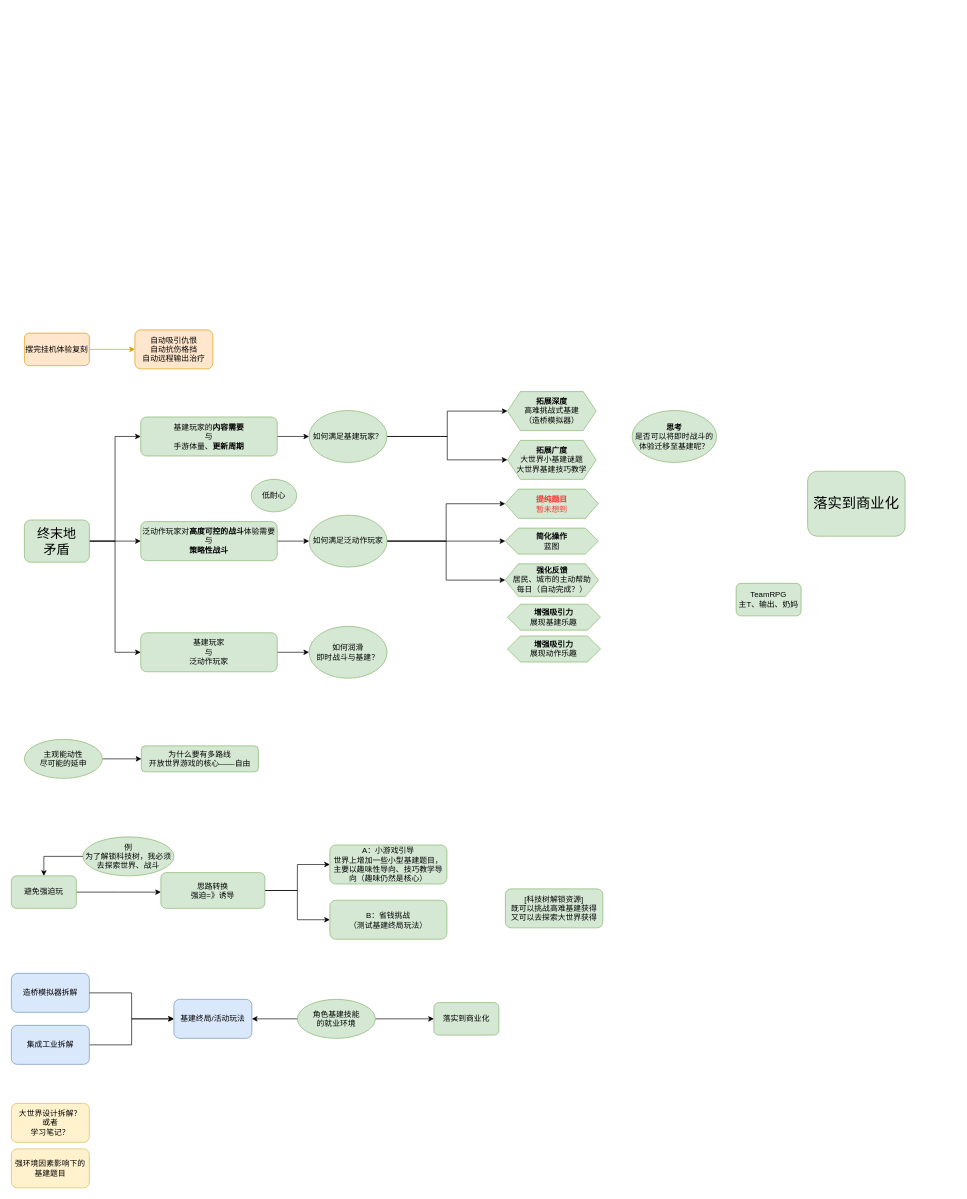
Earlier version of the draw.io diagram 方舟案子思考.drawio (Monokero/draw.io). Source tidied: cells renumbered, new cells numbered last; positions are measured from the earlier drawing's top-left corner, leaving out a move shared by most shapes. Both pictures are drawn from the tidied source at 65%, with x=0, y=0 at pixel (11, 330).
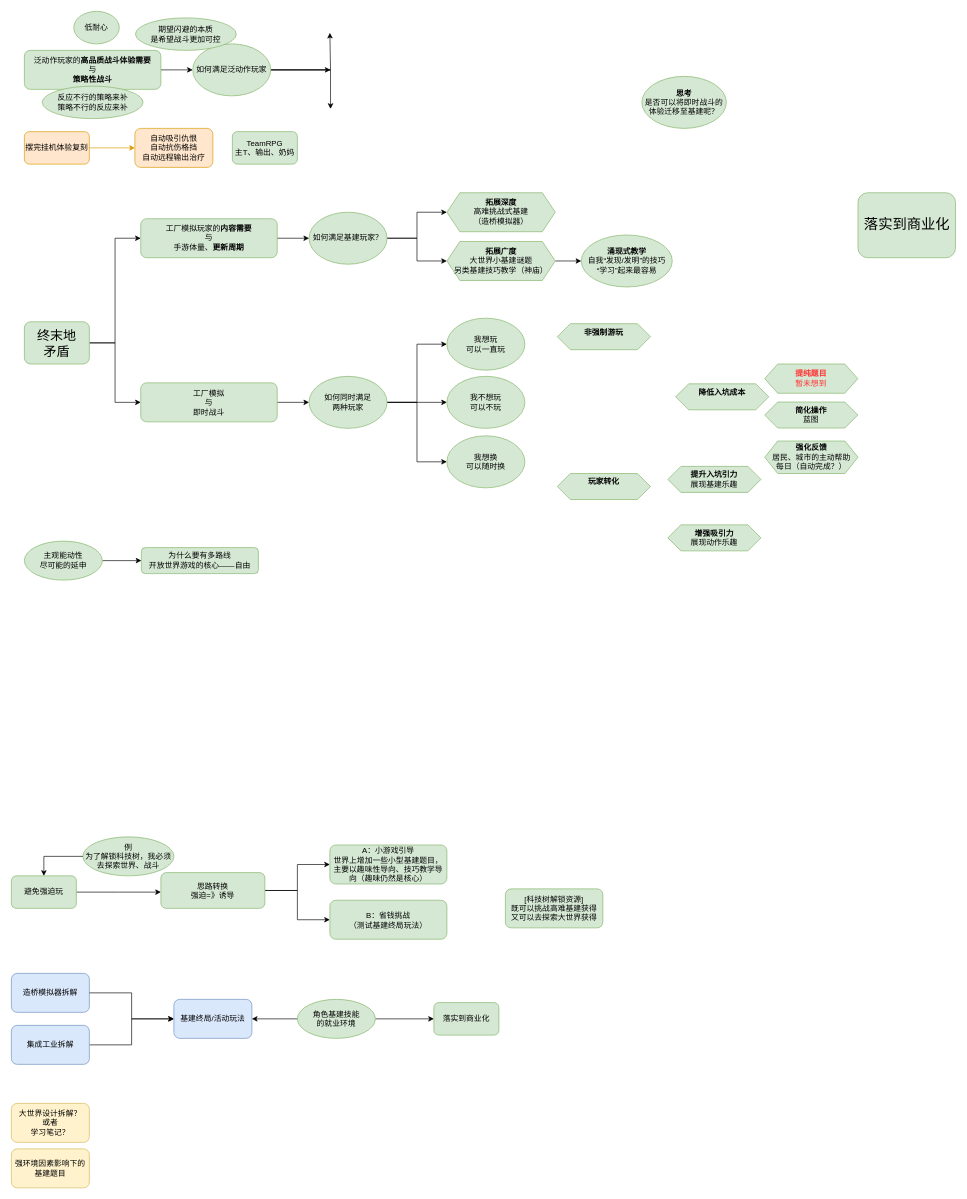
The same diagram, later.

Commit message:
更新方舟案子思考.drawio

What changed in the source:
```diff
@@
     <mxCell id="8" value="为什么要有多路线&lt;div&gt;开放世界游戏的核心——自由&lt;/div&gt;" style="rounded=1;whiteSpace=wrap;html=1;fillColor=#d5e8d4;strokeColor=#82b366;" parent="1" vertex="1">
-      <mxGeometry x="200" y="640" width="180" height="40" as="geometry" />
+      <mxGeometry x="200" y="335" width="180" height="40" as="geometry" />
     </mxCell>
@@
     <mxCell id="20" value="主观能动性&lt;div&gt;尽可能的延申&lt;/div&gt;" style="ellipse;whiteSpace=wrap;html=1;fillColor=#d5e8d4;strokeColor=#82b366;" parent="1" vertex="1">
-      <mxGeometry x="20" y="630" width="120" height="60" as="geometry" />
+      <mxGeometry x="20" y="325" width="120" height="60" as="geometry" />
     </mxCell>
@@
     <mxCell id="23" value="如何满足基建玩家？" style="ellipse;whiteSpace=wrap;html=1;fillColor=#d5e8d4;strokeColor=#82b366;" parent="1" vertex="1">
-      <mxGeometry x="458" y="124" width="120" height="80" as="geometry" />
+      <mxGeometry x="458" y="-181" width="120" height="80" as="geometry" />
     </mxCell>
-    <mxCell id="24" style="edgeStyle=orthogonalEdgeStyle;rounded=0;jettySize=auto;html=1;entryX=0;entryY=0.5;entryDx=0;entryDy=0;" parent="1" edge="1" source="27" target="28">
-      <mxGeometry relative="1" as="geometry" />
+    <mxCell id="24" style="edgeStyle=orthogonalEdgeStyle;rounded=0;jettySize=auto;html=1;" parent="1" edge="1" source="27">
+      <mxGeometry relative="1" as="geometry">
+        <mxPoint x="491" y="-400" as="targetPoint" />
+      </mxGeometry>
     </mxCell>
-    <mxCell id="25" style="edgeStyle=orthogonalEdgeStyle;rounded=0;jettySize=auto;html=1;entryX=0;entryY=0.5;entryDx=0;entryDy=0;" parent="1" edge="1" source="27" target="51">
-      <mxGeometry relative="1" as="geometry" />
+    <mxCell id="25" style="edgeStyle=orthogonalEdgeStyle;rounded=0;jettySize=auto;html=1;" parent="1" edge="1" source="27">
+      <mxGeometry relative="1" as="geometry">
+        <mxPoint x="491" y="-340" as="targetPoint" />
+        <Array as="points">
+          <mxPoint x="491" y="-400" />
+        </Array>
+      </mxGeometry>
     </mxCell>
-    <mxCell id="26" style="edgeStyle=orthogonalEdgeStyle;rounded=0;jettySize=auto;html=1;entryX=0;entryY=0.5;entryDx=0;entryDy=0;" parent="1" edge="1" source="27" target="50">
-      <mxGeometry relative="1" as="geometry" />
+    <mxCell id="26" style="edgeStyle=orthogonalEdgeStyle;rounded=0;jettySize=auto;html=1;" parent="1" edge="1" source="27">
+      <mxGeometry relative="1" as="geometry">
+        <mxPoint x="490" y="-457" as="targetPoint" />
+        <Array as="points">
+          <mxPoint x="491" y="-400" />
+          <mxPoint x="491" y="-457" />
+        </Array>
+      </mxGeometry>
     </mxCell>
     <mxCell id="27" value="如何满足泛动作玩家" style="ellipse;whiteSpace=wrap;html=1;fillColor=#d5e8d4;strokeColor=#82b366;" parent="1" vertex="1">
-      <mxGeometry x="458" y="285" width="120" height="80" as="geometry" />
+      <mxGeometry x="279" y="-440" width="120" height="80" as="geometry" />
     </mxCell>
     <mxCell id="28" value="&lt;b&gt;简化操作&lt;/b&gt;&lt;div&gt;蓝图&lt;/div&gt;" style="shape=hexagon;perimeter=hexagonPerimeter2;whiteSpace=wrap;html=1;fixedSize=1;fillColor=#d5e8d4;strokeColor=#82b366;" parent="1" vertex="1">
-      <mxGeometry x="759.8" y="305" width="143.2" height="40" as="geometry" />
+      <mxGeometry x="1159" y="111" width="143.2" height="40" as="geometry" />
     </mxCell>
@@
     <mxCell id="34" value="摆完挂机体验复刻" style="rounded=1;whiteSpace=wrap;html=1;fillColor=#ffe6cc;strokeColor=#d79b00;" parent="1" vertex="1">
-      <mxGeometry x="20" y="5" width="100" height="50" as="geometry" />
+      <mxGeometry x="20" y="-305" width="100" height="50" as="geometry" />
     </mxCell>
     <mxCell id="35" value="自动吸引仇恨&lt;div&gt;自动抗伤格挡&lt;/div&gt;&lt;div&gt;自动远程输出治疗&lt;/div&gt;" style="whiteSpace=wrap;html=1;rounded=1;fillColor=#ffe6cc;strokeColor=#d79b00;" parent="1" vertex="1">
-      <mxGeometry x="190" width="120" height="60" as="geometry" />
+      <mxGeometry x="190" y="-310" width="120" height="60" as="geometry" />
     </mxCell>
@@
-    <mxCell id="38" style="edgeStyle=orthogonalEdgeStyle;rounded=0;jettySize=auto;html=1;entryX=0;entryY=0.5;entryDx=0;entryDy=0;" parent="1" edge="1" source="40" target="44">
-      <mxGeometry relative="1" as="geometry" />
-    </mxCell>
@@
     <mxCell id="40" value="终末地&lt;div&gt;矛盾&lt;/div&gt;" style="rounded=1;whiteSpace=wrap;html=1;fillColor=#d5e8d4;strokeColor=#82b366;fontSize=20;" parent="1" vertex="1">
-      <mxGeometry x="20" y="292.5" width="100" height="65" as="geometry" />
+      <mxGeometry x="20" y="-12.5" width="100" height="65" as="geometry" />
     </mxCell>
@@
-    <mxCell id="42" value="基建玩家的&lt;b&gt;内容需要&lt;/b&gt;&lt;div&gt;与&lt;/div&gt;&lt;div&gt;手游体量、&lt;b&gt;更新周期&lt;/b&gt;&lt;/div&gt;" style="whiteSpace=wrap;html=1;fillColor=#d5e8d4;strokeColor=#82b366;rounded=1;" parent="1" vertex="1">
-      <mxGeometry x="199" y="134" width="210" height="60" as="geometry" />
+    <mxCell id="42" value="工厂模拟玩家的&lt;b&gt;内容需要&lt;/b&gt;&lt;div&gt;与&lt;/div&gt;&lt;div&gt;手游体量、&lt;b&gt;更新周期&lt;/b&gt;&lt;/div&gt;" style="whiteSpace=wrap;html=1;fillColor=#d5e8d4;strokeColor=#82b366;rounded=1;" parent="1" vertex="1">
+      <mxGeometry x="199" y="-171" width="210" height="60" as="geometry" />
     </mxCell>
@@
-    <mxCell id="44" value="泛动作玩家对&lt;b&gt;高度可控的战斗&lt;/b&gt;体验需要&lt;div&gt;与&lt;/div&gt;&lt;div&gt;&lt;b&gt;策略性战斗&lt;/b&gt;&lt;/div&gt;" style="whiteSpace=wrap;html=1;fillColor=#d5e8d4;strokeColor=#82b366;rounded=1;" parent="1" vertex="1">
-      <mxGeometry x="199" y="295" width="210" height="60" as="geometry" />
+    <mxCell id="44" value="泛动作玩家的&lt;b&gt;高品质战斗体验需要&lt;/b&gt;&lt;div&gt;与&lt;/div&gt;&lt;div&gt;&lt;b&gt;策略性战斗&lt;/b&gt;&lt;/div&gt;" style="whiteSpace=wrap;html=1;fillColor=#d5e8d4;strokeColor=#82b366;rounded=1;" parent="1" vertex="1">
+      <mxGeometry x="20" y="-430" width="210" height="60" as="geometry" />
     </mxCell>
@@
-    <mxCell id="46" value="基建玩家&lt;div&gt;与&lt;/div&gt;&lt;div&gt;泛动作玩家&lt;/div&gt;" style="whiteSpace=wrap;html=1;fillColor=#d5e8d4;strokeColor=#82b366;rounded=1;" parent="1" vertex="1">
-      <mxGeometry x="199" y="466" width="210" height="60" as="geometry" />
+    <mxCell id="46" value="工厂模拟&lt;div&gt;与&lt;/div&gt;&lt;div&gt;即时战斗&lt;/div&gt;" style="whiteSpace=wrap;html=1;fillColor=#d5e8d4;strokeColor=#82b366;rounded=1;" parent="1" vertex="1">
+      <mxGeometry x="199" y="81.5" width="210" height="60" as="geometry" />
     </mxCell>
+    <mxCell id="58" style="edgeStyle=orthogonalEdgeStyle;rounded=0;jettySize=auto;html=1;entryX=0;entryY=0.5;entryDx=0;entryDy=0;" parent="1" edge="1" source="47" target="62">
+      <mxGeometry relative="1" as="geometry" />
+    </mxCell>
+    <mxCell id="59" style="edgeStyle=orthogonalEdgeStyle;rounded=0;jettySize=auto;html=1;entryX=0;entryY=0.5;entryDx=0;entryDy=0;" parent="1" edge="1" source="47" target="69">
+      <mxGeometry relative="1" as="geometry" />
+    </mxCell>
+    <mxCell id="60" style="edgeStyle=orthogonalEdgeStyle;rounded=0;jettySize=auto;html=1;entryX=0;entryY=0.5;entryDx=0;entryDy=0;" parent="1" edge="1" source="47" target="70">
+      <mxGeometry relative="1" as="geometry" />
+    </mxCell>
-    <mxCell id="47" value="如何&lt;span style=&quot;background-color: transparent; color: light-dark(rgb(0, 0, 0), rgb(255, 255, 255));&quot;&gt;润滑&lt;/span&gt;&lt;div&gt;&lt;span style=&quot;background-color: transparent; color: light-dark(rgb(0, 0, 0), rgb(255, 255, 255));&quot;&gt;即时战斗与基建？&lt;/span&gt;&lt;/div&gt;" style="ellipse;whiteSpace=wrap;html=1;fillColor=#d5e8d4;strokeColor=#82b366;" parent="1" vertex="1">
-      <mxGeometry x="458" y="456" width="120" height="80" as="geometry" />
+    <mxCell id="47" value="如何同时满足&lt;div&gt;两种玩家&lt;/div&gt;" style="ellipse;whiteSpace=wrap;html=1;fillColor=#d5e8d4;strokeColor=#82b366;" parent="1" vertex="1">
+      <mxGeometry x="458" y="71.5" width="120" height="80" as="geometry" />
     </mxCell>
+    <mxCell id="61" style="edgeStyle=orthogonalEdgeStyle;rounded=0;jettySize=auto;html=1;" parent="1" edge="1" source="48" target="67">
+      <mxGeometry relative="1" as="geometry" />
+    </mxCell>
-    <mxCell id="48" value="&lt;div&gt;&lt;b&gt;拓展广度&lt;/b&gt;&lt;/div&gt;大世界小基建谜题&lt;div&gt;大世界基建技巧教学&lt;/div&gt;" style="shape=hexagon;perimeter=hexagonPerimeter2;whiteSpace=wrap;html=1;fixedSize=1;fillColor=#d5e8d4;strokeColor=#82b366;" parent="1" vertex="1">
-      <mxGeometry x="763.2" y="170" width="136.5" height="60" as="geometry" />
+    <mxCell id="48" value="&lt;div&gt;&lt;b&gt;拓展广度&lt;/b&gt;&lt;/div&gt;大世界小基建谜题&lt;div&gt;另类基建技巧教学（神庙）&lt;/div&gt;" style="shape=hexagon;perimeter=hexagonPerimeter2;whiteSpace=wrap;html=1;fixedSize=1;fillColor=#d5e8d4;strokeColor=#82b366;" parent="1" vertex="1">
+      <mxGeometry x="670" y="-136" width="166.8" height="60" as="geometry" />
     </mxCell>
     <mxCell id="49" value="&lt;div&gt;&lt;b style=&quot;background-color: transparent; color: light-dark(rgb(0, 0, 0), rgb(255, 255, 255));&quot;&gt;拓展&lt;/b&gt;&lt;b&gt;深度&lt;/b&gt;&lt;/div&gt;高难挑战式基建&lt;div&gt;（造桥模拟器）&lt;/div&gt;" style="shape=hexagon;perimeter=hexagonPerimeter2;whiteSpace=wrap;html=1;fixedSize=1;fillColor=#d5e8d4;strokeColor=#82b366;" parent="1" vertex="1">
-      <mxGeometry x="763.2" y="95" width="136.5" height="60" as="geometry" />
+      <mxGeometry x="670" y="-211" width="166.8" height="60" as="geometry" />
     </mxCell>
     <mxCell id="50" value="&lt;b&gt;提纯题目&lt;/b&gt;&lt;div&gt;暂未想到&lt;/div&gt;" style="shape=hexagon;perimeter=hexagonPerimeter2;whiteSpace=wrap;html=1;fixedSize=1;fillColor=#d5e8d4;strokeColor=#82b366;fontColor=#FF3333;" parent="1" vertex="1">
-      <mxGeometry x="759.8" y="245" width="143.2" height="45" as="geometry" />
+      <mxGeometry x="1159" y="52.5" width="143.2" height="45" as="geometry" />
     </mxCell>
     <mxCell id="51" value="&lt;b&gt;强化&lt;/b&gt;&lt;b&gt;反馈&lt;/b&gt;&lt;div&gt;居民、城市的主动帮助&lt;/div&gt;&lt;div&gt;每日（自动完成？）&lt;/div&gt;" style="shape=hexagon;perimeter=hexagonPerimeter2;whiteSpace=wrap;html=1;fixedSize=1;fillColor=#d5e8d4;strokeColor=#82b366;" parent="1" vertex="1">
-      <mxGeometry x="759.8" y="360" width="143.5" height="50" as="geometry" />
+      <mxGeometry x="1159" y="171" width="143.5" height="50" as="geometry" />
     </mxCell>
     <mxCell id="52" value="&lt;div&gt;&lt;b&gt;思考&lt;/b&gt;&lt;/div&gt;是否可以将即时战斗的体验迁移至基建呢？" style="ellipse;whiteSpace=wrap;html=1;fillColor=#d5e8d4;strokeColor=#82b366;" parent="1" vertex="1">
-      <mxGeometry x="955" y="124" width="130" height="80" as="geometry" />
+      <mxGeometry x="970" y="-390" width="130" height="80" as="geometry" />
     </mxCell>
     <mxCell id="53" value="低耐心" style="ellipse;whiteSpace=wrap;html=1;fillColor=#d5e8d4;strokeColor=#82b366;" parent="1" vertex="1">
-      <mxGeometry x="369" y="230" width="70" height="50" as="geometry" />
+      <mxGeometry x="96" y="-490" width="70" height="50" as="geometry" />
     </mxCell>
     <mxCell id="54" value="&lt;div&gt;落实到商业化&lt;/div&gt;" style="rounded=1;whiteSpace=wrap;html=1;fillColor=#d5e8d4;strokeColor=#82b366;fontSize=22;" parent="1" vertex="1">
-      <mxGeometry x="1225" y="217.5" width="150" height="100" as="geometry" />
+      <mxGeometry x="1302.5" y="-211" width="150" height="100" as="geometry" />
     </mxCell>
     <mxCell id="55" value="&lt;div&gt;TeamRPG&lt;/div&gt;&lt;div&gt;主T、输出、奶妈&lt;/div&gt;" style="rounded=1;whiteSpace=wrap;html=1;fillColor=#d5e8d4;strokeColor=#82b366;" parent="1" vertex="1">
-      <mxGeometry x="1115" y="390" width="100" height="50" as="geometry" />
+      <mxGeometry x="340" y="-305" width="100" height="50" as="geometry" />
     </mxCell>
-    <mxCell id="56" value="&lt;b&gt;增强吸引力&lt;/b&gt;&lt;div&gt;展现基建乐趣&lt;/div&gt;" style="shape=hexagon;perimeter=hexagonPerimeter2;whiteSpace=wrap;html=1;fixedSize=1;fillColor=#d5e8d4;strokeColor=#82b366;" parent="1" vertex="1">
-      <mxGeometry x="763.2" y="422" width="143.2" height="40" as="geometry" />
+    <mxCell id="56" value="&lt;b&gt;提升入坑引力&lt;/b&gt;&lt;div&gt;展现基建乐趣&lt;/div&gt;" style="shape=hexagon;perimeter=hexagonPerimeter2;whiteSpace=wrap;html=1;fixedSize=1;fillColor=#d5e8d4;strokeColor=#82b366;" parent="1" vertex="1">
+      <mxGeometry x="1010" y="210" width="143.2" height="40" as="geometry" />
     </mxCell>
     <mxCell id="57" value="&lt;b&gt;增强吸引力&lt;/b&gt;&lt;div&gt;展现动作乐趣&lt;/div&gt;" style="shape=hexagon;perimeter=hexagonPerimeter2;whiteSpace=wrap;html=1;fixedSize=1;fillColor=#d5e8d4;strokeColor=#82b366;" parent="1" vertex="1">
-      <mxGeometry x="763.2" y="471" width="143.2" height="40" as="geometry" />
+      <mxGeometry x="1010" y="300" width="143.2" height="40" as="geometry" />
     </mxCell>
+    <mxCell id="62" value="我想玩&lt;div&gt;可以一直玩&lt;/div&gt;" style="ellipse;whiteSpace=wrap;html=1;fillColor=#d5e8d4;strokeColor=#82b366;" parent="1" vertex="1">
+      <mxGeometry x="670" y="-18" width="120" height="80" as="geometry" />
+    </mxCell>
+    <mxCell id="63" value="&lt;b&gt;降低入坑成本&lt;/b&gt;&lt;br&gt;&lt;div&gt;&lt;b&gt;&lt;br&gt;&lt;/b&gt;&lt;/div&gt;" style="shape=hexagon;perimeter=hexagonPerimeter2;whiteSpace=wrap;html=1;fixedSize=1;fillColor=#d5e8d4;strokeColor=#82b366;" parent="1" vertex="1">
+      <mxGeometry x="1022" y="83" width="143.2" height="40" as="geometry" />
+    </mxCell>
+    <mxCell id="64" value="&lt;b&gt;玩家转化&lt;/b&gt;&lt;div&gt;&lt;b&gt;&lt;br&gt;&lt;/b&gt;&lt;/div&gt;" style="shape=hexagon;perimeter=hexagonPerimeter2;whiteSpace=wrap;html=1;fixedSize=1;fillColor=#d5e8d4;strokeColor=#82b366;" parent="1" vertex="1">
+      <mxGeometry x="840" y="221" width="143.2" height="40" as="geometry" />
+    </mxCell>
+    <mxCell id="65" value="反应不行的策略来补&lt;div&gt;策略不行的反应来补&lt;/div&gt;" style="ellipse;whiteSpace=wrap;html=1;fillColor=#d5e8d4;strokeColor=#82b366;" parent="1" vertex="1">
+      <mxGeometry x="47.5" y="-375" width="155" height="50" as="geometry" />
+    </mxCell>
+    <mxCell id="66" value="期望闪避的本质&lt;div&gt;是希望战斗更加可控&lt;/div&gt;" style="ellipse;whiteSpace=wrap;html=1;fillColor=#d5e8d4;strokeColor=#82b366;" parent="1" vertex="1">
+      <mxGeometry x="191" y="-480" width="155" height="50" as="geometry" />
+    </mxCell>
+    <mxCell id="67" value="&lt;div&gt;&lt;b&gt;涌现式教学&lt;/b&gt;&lt;/div&gt;自我“发现/发明”的技巧&lt;div&gt;“学习”起来最容易&lt;/div&gt;" style="ellipse;whiteSpace=wrap;html=1;fillColor=#d5e8d4;strokeColor=#82b366;" parent="1" vertex="1">
+      <mxGeometry x="876.8" y="-146" width="140" height="80" as="geometry" />
+    </mxCell>
+    <mxCell id="68" value="&lt;b&gt;非强制游玩&lt;/b&gt;&lt;div&gt;&lt;b&gt;&lt;br&gt;&lt;/b&gt;&lt;/div&gt;" style="shape=hexagon;perimeter=hexagonPerimeter2;whiteSpace=wrap;html=1;fixedSize=1;fillColor=#d5e8d4;strokeColor=#82b366;" parent="1" vertex="1">
+      <mxGeometry x="840" y="-9.5" width="143.2" height="40" as="geometry" />
+    </mxCell>
+    <mxCell id="69" value="我不想玩&lt;div&gt;可以不玩&lt;/div&gt;" style="ellipse;whiteSpace=wrap;html=1;fillColor=#d5e8d4;strokeColor=#82b366;" parent="1" vertex="1">
+      <mxGeometry x="670" y="71.5" width="120" height="80" as="geometry" />
+    </mxCell>
+    <mxCell id="70" value="我想换&lt;div&gt;可以随时换&lt;/div&gt;" style="ellipse;whiteSpace=wrap;html=1;fillColor=#d5e8d4;strokeColor=#82b366;" parent="1" vertex="1">
+      <mxGeometry x="670" y="163" width="120" height="80" as="geometry" />
+    </mxCell>
```
